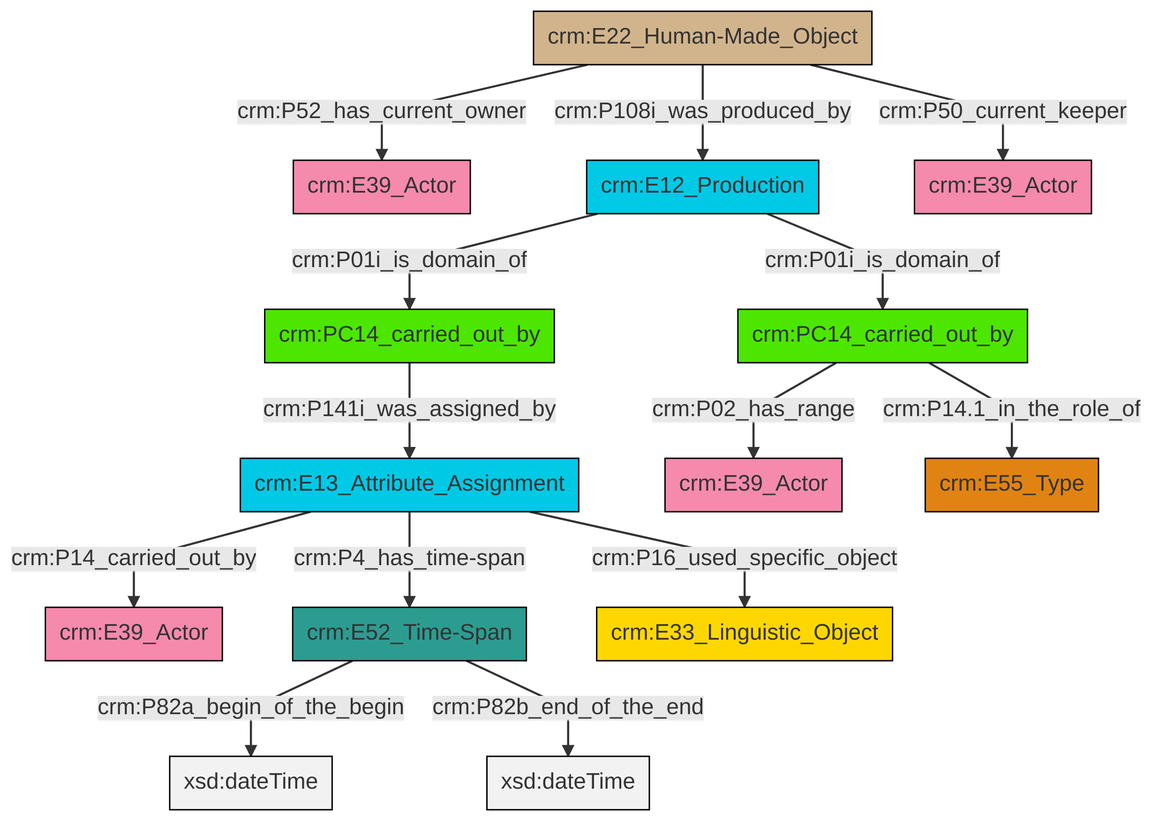
The Mermaid diagram et/carrierCSV/ttl/mmd/png/carrier_relations.png in swiss-art-research-net/docs.swissartresearch, before a commit. Its source is kept beside it as et/carrierCSV/ttl/mmd/carrier_relations.ttl.mmd.
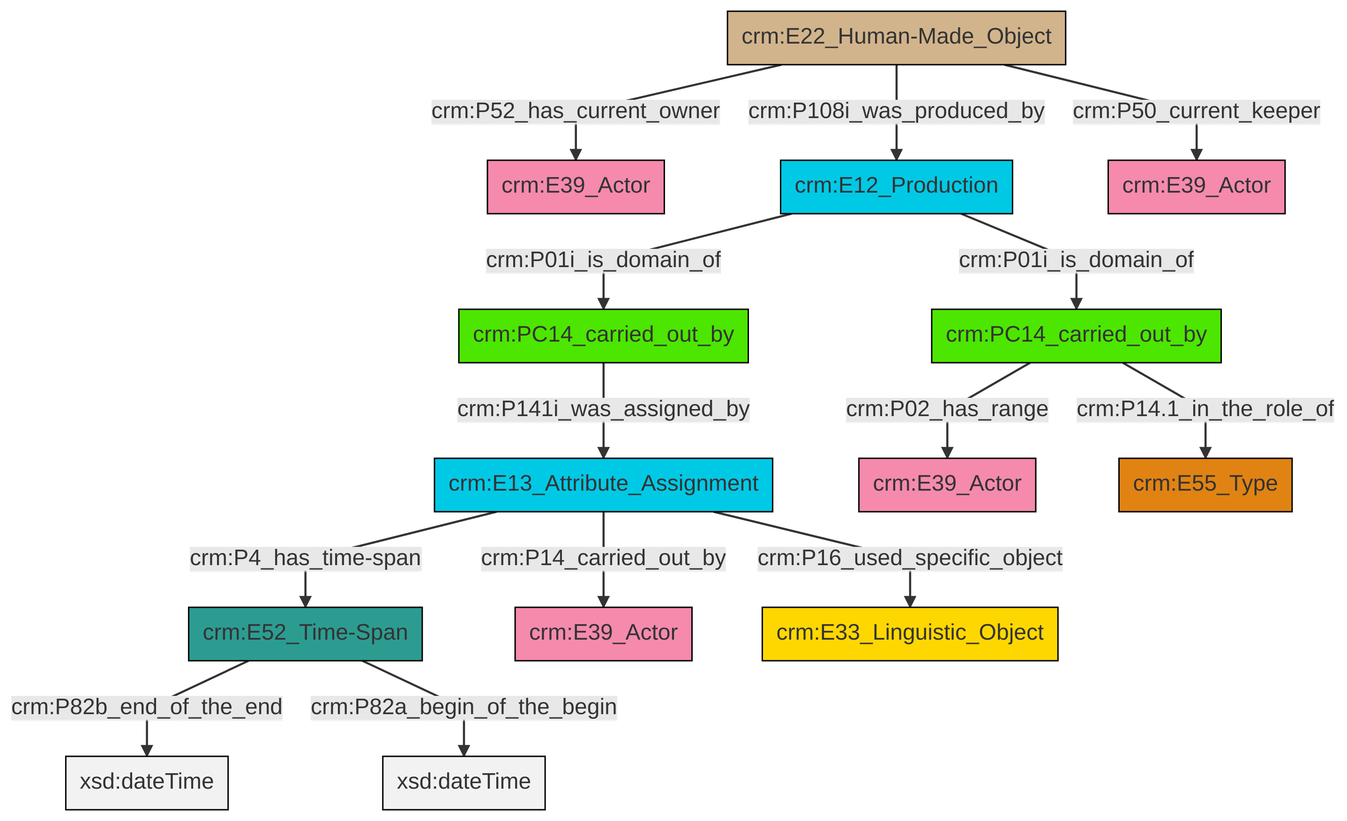
Later version of the same file.

The edit, as a diff of the source:
```diff
@@ -13,16 +13,16 @@
 classDef PC_Classes fill:#4ce600, stroke:#000000;
 classDef Multi fill:#cccccc,stroke:#000000;
 
-0["crm:E22_Human-Made_Object"]:::Physical_Thing -->|crm:P52_has_current_owner| 1["crm:E39_Actor"]:::Actor
-0["crm:E22_Human-Made_Object"]:::Physical_Thing -->|crm:P108i_was_produced_by| 6["crm:E12_Production"]:::Temporal_Entity
-6["crm:E12_Production"]:::Temporal_Entity -->|crm:P01i_is_domain_of| 7["crm:PC14_carried_out_by"]:::PC_Classes
-8["crm:E52_Time-Span"]:::Time-Span -->|crm:P82a_begin_of_the_begin| 9[xsd:dateTime]:::Literal
-10["crm:E13_Attribute_Assignment"]:::Temporal_Entity -->|crm:P14_carried_out_by| 11["crm:E39_Actor"]:::Actor
-10["crm:E13_Attribute_Assignment"]:::Temporal_Entity -->|crm:P4_has_time-span| 8["crm:E52_Time-Span"]:::Time-Span
-7["crm:PC14_carried_out_by"]:::PC_Classes -->|crm:P141i_was_assigned_by| 10["crm:E13_Attribute_Assignment"]:::Temporal_Entity
-6["crm:E12_Production"]:::Temporal_Entity -->|crm:P01i_is_domain_of| 16["crm:PC14_carried_out_by"]:::PC_Classes
-16["crm:PC14_carried_out_by"]:::PC_Classes -->|crm:P02_has_range| 4["crm:E39_Actor"]:::Actor
-10["crm:E13_Attribute_Assignment"]:::Temporal_Entity -->|crm:P16_used_specific_object| 18["crm:E33_Linguistic_Object"]:::Conceptual_Object
-0["crm:E22_Human-Made_Object"]:::Physical_Thing -->|crm:P50_current_keeper| 2["crm:E39_Actor"]:::Actor
-16["crm:PC14_carried_out_by"]:::PC_Classes -->|crm:P14.1_in_the_role_of| 14["crm:E55_Type"]:::Type
-8["crm:E52_Time-Span"]:::Time-Span -->|crm:P82b_end_of_the_end| 22[xsd:dateTime]:::Literal
+0["crm:E13_Attribute_Assignment"]:::Temporal_Entity -->|crm:P4_has_time-span| 4["crm:E52_Time-Span"]:::Time-Span
+7["crm:PC14_carried_out_by"]:::PC_Classes -->|crm:P141i_was_assigned_by| 0["crm:E13_Attribute_Assignment"]:::Temporal_Entity
+8["crm:E22_Human-Made_Object"]:::Physical_Thing -->|crm:P52_has_current_owner| 9["crm:E39_Actor"]:::Actor
+4["crm:E52_Time-Span"]:::Time-Span -->|crm:P82b_end_of_the_end| 12[xsd:dateTime]:::Literal
+0["crm:E13_Attribute_Assignment"]:::Temporal_Entity -->|crm:P16_used_specific_object| 15["crm:E33_Linguistic_Object"]:::Conceptual_Object
+8["crm:E22_Human-Made_Object"]:::Physical_Thing -->|crm:P50_current_keeper| 19["crm:E39_Actor"]:::Actor
+0["crm:E13_Attribute_Assignment"]:::Temporal_Entity -->|crm:P14_carried_out_by| 5["crm:E39_Actor"]:::Actor
+2["crm:PC14_carried_out_by"]:::PC_Classes -->|crm:P14.1_in_the_role_of| 16["crm:E55_Type"]:::Type
+10["crm:E12_Production"]:::Temporal_Entity -->|crm:P01i_is_domain_of| 2["crm:PC14_carried_out_by"]:::PC_Classes
+10["crm:E12_Production"]:::Temporal_Entity -->|crm:P01i_is_domain_of| 7["crm:PC14_carried_out_by"]:::PC_Classes
+2["crm:PC14_carried_out_by"]:::PC_Classes -->|crm:P02_has_range| 13["crm:E39_Actor"]:::Actor
+4["crm:E52_Time-Span"]:::Time-Span -->|crm:P82a_begin_of_the_begin| 25[xsd:dateTime]:::Literal
+8["crm:E22_Human-Made_Object"]:::Physical_Thing -->|crm:P108i_was_produced_by| 10["crm:E12_Production"]:::Temporal_Entity
```
